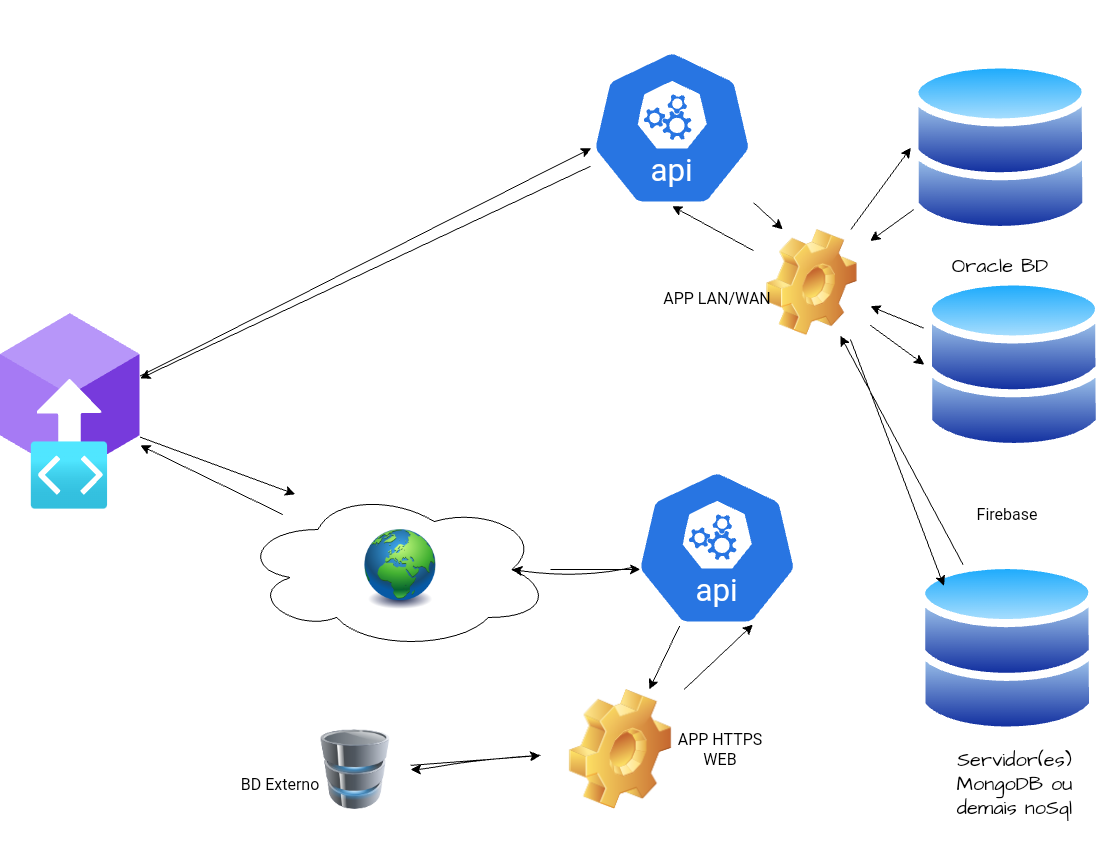
Before: FrontEndConsumo.drawio.png, a diagram exported from draw.io (cedriccp/MAGNO). Source tidied: cells renumbered, new cells last; positions are measured from the earlier drawing's top-left corner, leaving out a move shared by most shapes.
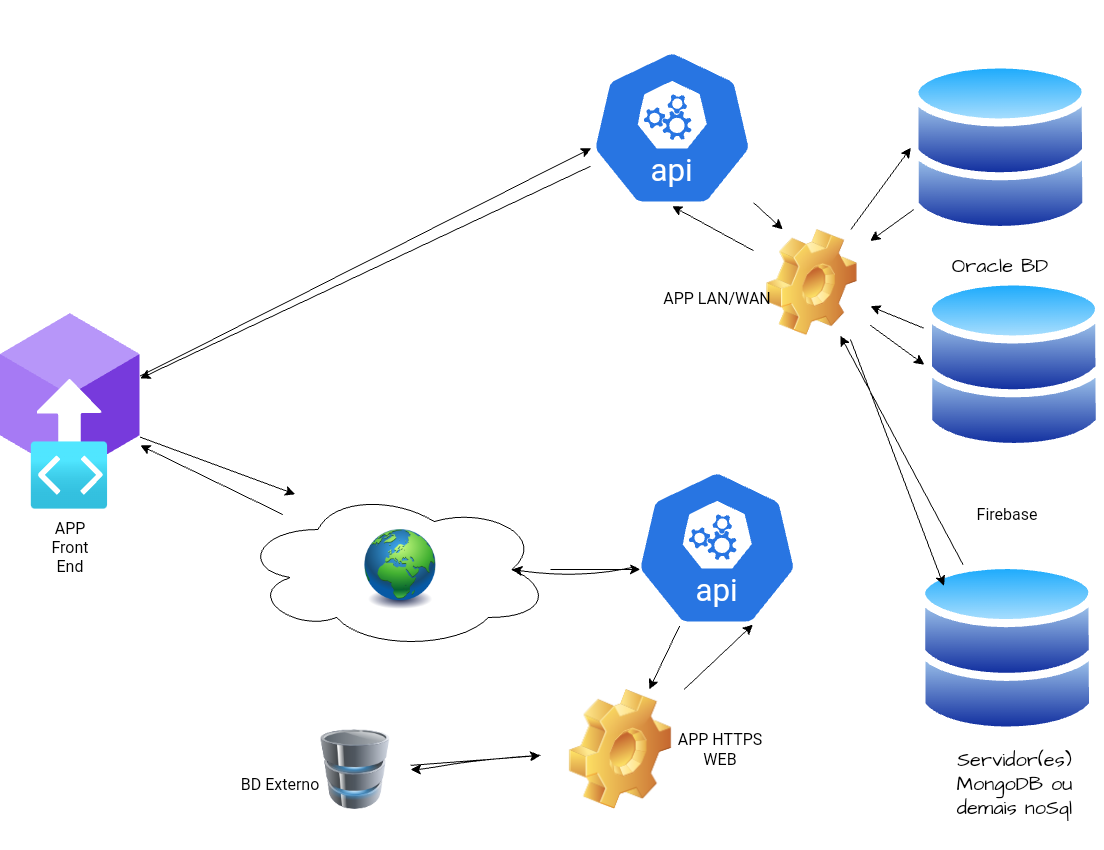
Above is the later version.

Diff of the diagram source:
```diff
@@ -126,5 +126,8 @@
     <mxCell id="37" value="APP HTTPS WEB" style="text;strokeColor=none;fillColor=none;html=1;align=center;verticalAlign=middle;whiteSpace=wrap;rounded=0;fontSize=16;" parent="1" vertex="1">
       <mxGeometry x="660" y="710" width="120" height="60" as="geometry" />
     </mxCell>
+    <mxCell id="38" value="APP Front End" style="text;strokeColor=none;fillColor=none;html=1;align=center;verticalAlign=middle;whiteSpace=wrap;rounded=0;fontSize=16;" parent="1" vertex="1">
+      <mxGeometry x="40" y="523" width="60" height="30" as="geometry" />
+    </mxCell>
   </root>
 </mxGraphModel>
```
